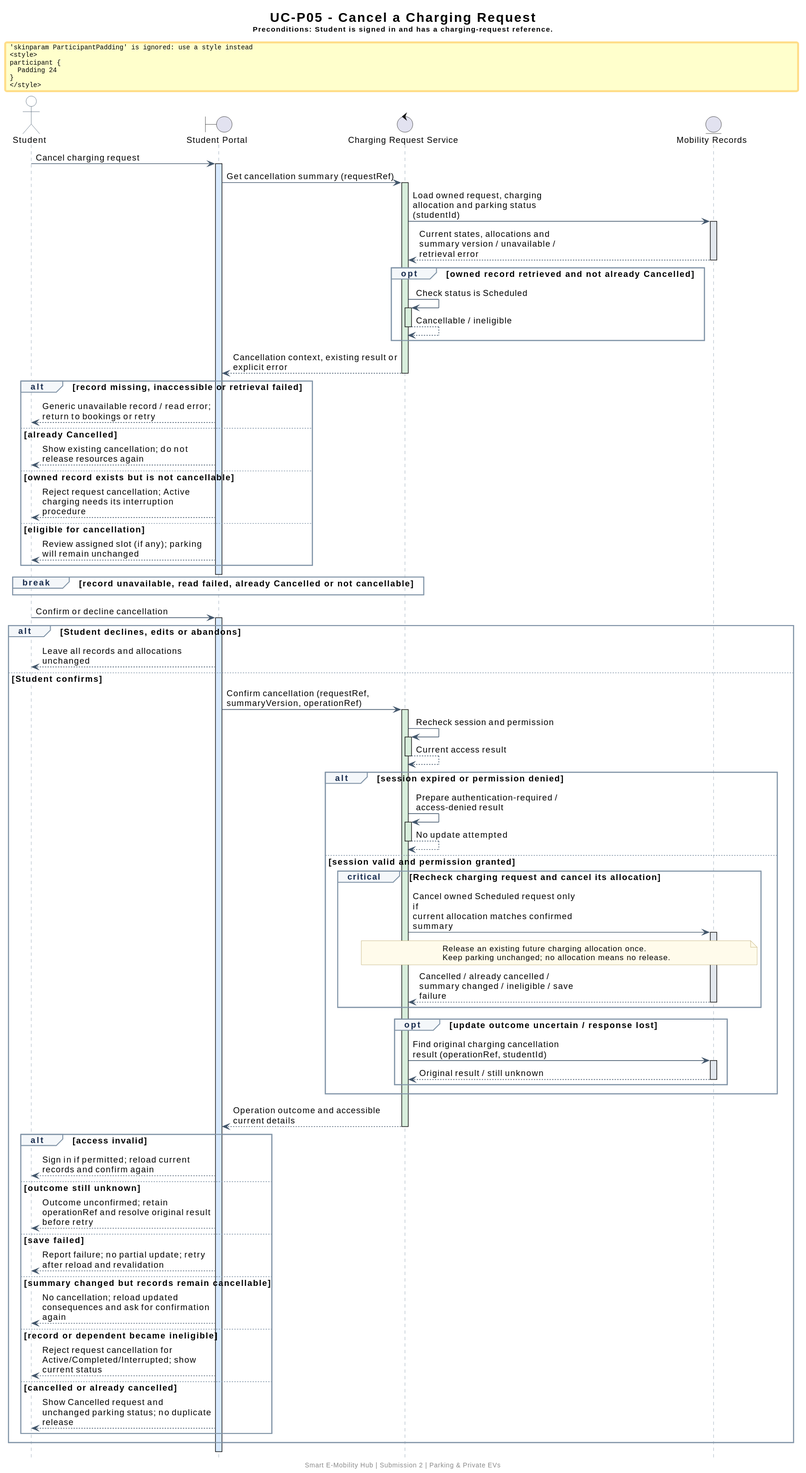
Before: docs/submission-2/sequence-diagrams/parking-private-ev/SD_CancelChargingRequest.svg, a diagram exported from PlantUML (thanhpham1108/smart-e-mobility-hub).
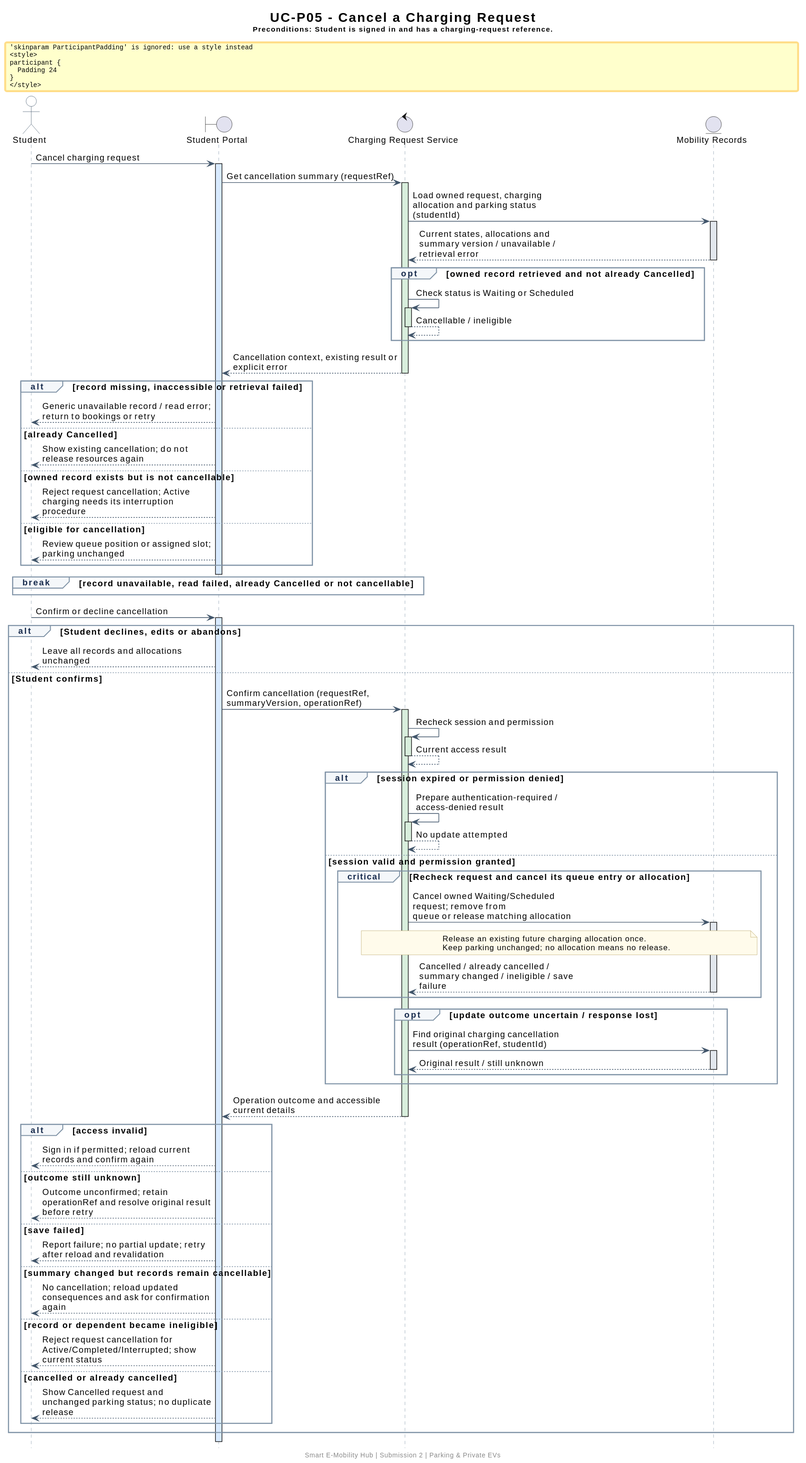
After the commit.

The edit, as a diff of the source:
```diff
@@ -1,6 +1,7 @@
 @startuml
 skinparam backgroundColor #FFFFFF
 skinparam shadowing false
+skinparam linetype ortho
 skinparam defaultFontName SansSerif
 skinparam defaultFontSize 13
 skinparam titleFontSize 20
@@ -47,7 +48,7 @@
 DATA --> SVC: Current states, allocations and summary version / unavailable / retrieval error
 deactivate DATA
 opt owned record retrieved and not already Cancelled
-SVC -> SVC: Check status is Scheduled
+SVC -> SVC: Check status is Waiting or Scheduled
 activate SVC #D8EEDC
 SVC --> SVC: Cancellable / ineligible
 deactivate SVC
@@ -61,7 +62,7 @@
 else owned record exists but is not cancellable
 UI --> ST: Reject request cancellation; Active charging needs its interruption procedure
 else eligible for cancellation
-UI --> ST: Review assigned slot (if any); parking will remain unchanged
+UI --> ST: Review queue position or assigned slot; parking unchanged
 end
 deactivate UI
 break record unavailable, read failed, already Cancelled or not cancellable
@@ -85,8 +86,8 @@
 SVC --> SVC: No update attempted
 deactivate SVC
 else session valid and permission granted
-critical Recheck charging request and cancel its allocation
-SVC -> DATA: Cancel owned Scheduled request only if\ncurrent allocation matches confirmed summary
+critical Recheck request and cancel its queue entry or allocation
+SVC -> DATA: Cancel owned Waiting/Scheduled request; remove from\nqueue or release matching allocation
 activate DATA #E2E7ED
 note over SVC,DATA
   Release an existing future charging allocation once.
```
